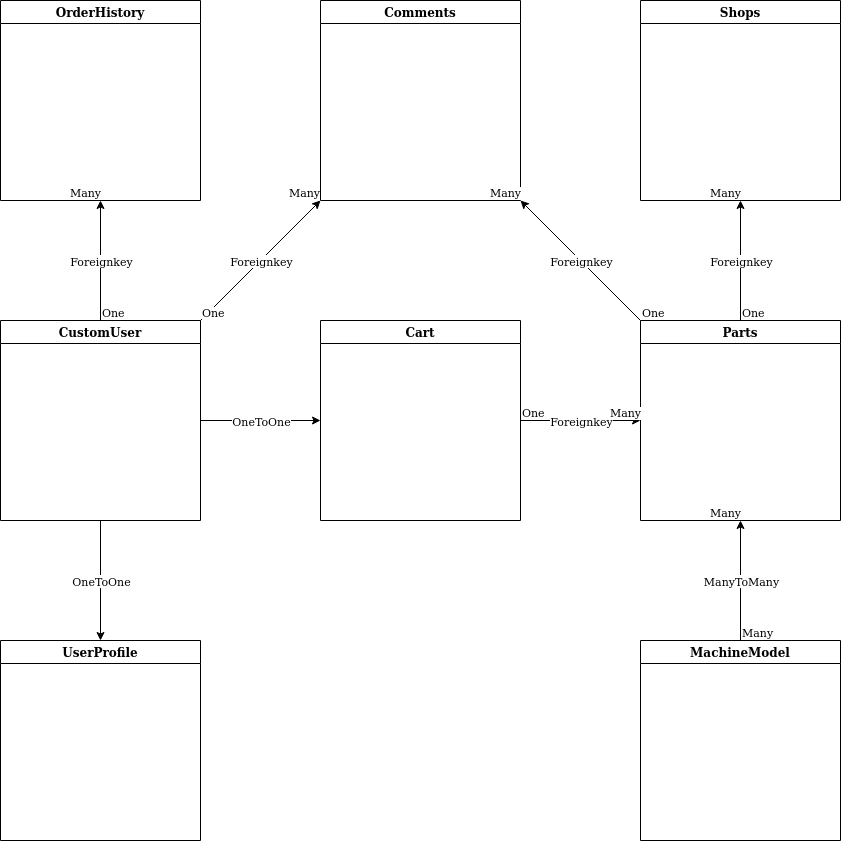
This is docs/DataBaseGraph.drawio.png from OleksandrZhydyk/PartsOnlineStore, a draw.io export, as it was before one commit. Source tidied: cells renumbered, new cells last; positions are measured from the earlier drawing's top-left corner, leaving out a move shared by most shapes.
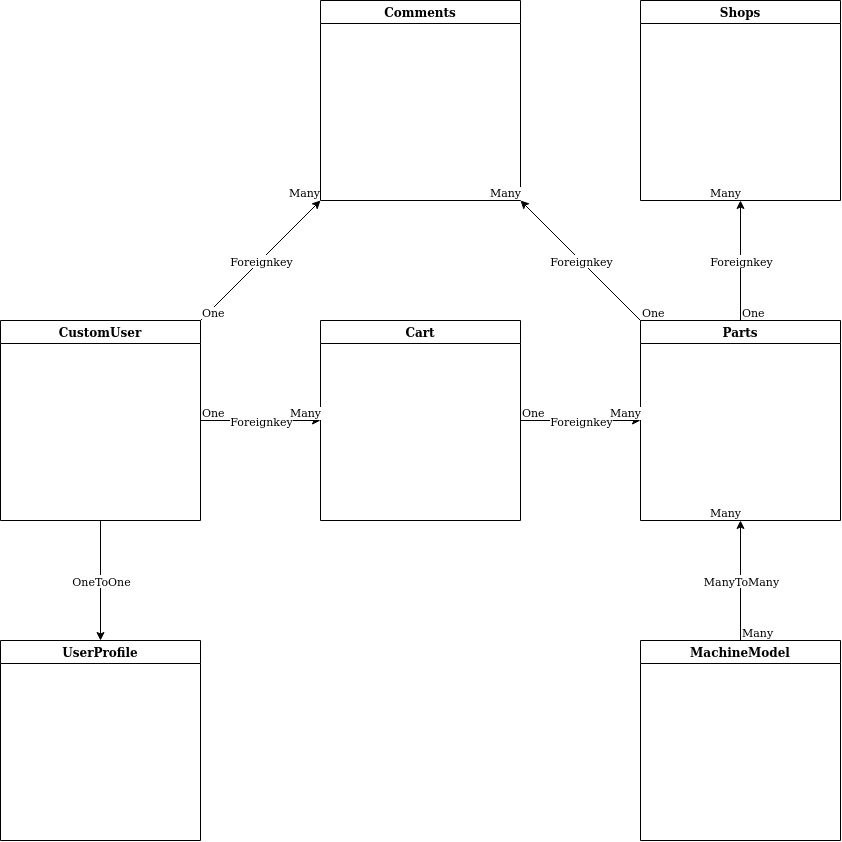
The same diagram one commit later.

Diff of the diagram source:
```diff
@@ -20,9 +20,6 @@
     <mxCell id="7" value="MachineModel" style="swimlane;" parent="1" vertex="1">
       <mxGeometry x="640" y="640" width="200" height="200" as="geometry" />
     </mxCell>
-    <mxCell id="8" value="OrderHistory" style="swimlane;" parent="1" vertex="1">
-      <mxGeometry width="200" height="200" as="geometry" />
-    </mxCell>
     <mxCell id="9" style="endArrow=classic;html=1;rounded=0;entryX=1;entryY=1;entryDx=0;entryDy=0;exitX=0;exitY=0;exitDx=0;exitDy=0;" parent="1" edge="1" source="4" target="5">
       <mxGeometry relative="1" as="geometry" />
     </mxCell>
@@ -47,7 +44,7 @@
     <mxCell id="16" value="Many" style="edgeLabel;html=1;align=right;verticalAlign=bottom;" parent="13" vertex="1">
       <mxGeometry x="1" relative="1" as="geometry" />
     </mxCell>
-    <mxCell id="17" style="endArrow=classic;html=1;rounded=0;exitX=0.5;exitY=0;exitDx=0;exitDy=0;entryX=0.5;entryY=1;entryDx=0;entryDy=0;" parent="1" edge="1" source="2" target="8">
+    <mxCell id="17" style="endArrow=classic;html=1;rounded=0;exitX=1;exitY=0.5;exitDx=0;exitDy=0;entryX=0;entryY=0.5;entryDx=0;entryDy=0;" parent="1" edge="1" source="2" target="3">
       <mxGeometry relative="1" as="geometry" />
     </mxCell>
     <mxCell id="18" value="Foreignkey" style="edgeLabel;html=1;align=center;verticalAlign=middle;" parent="17" vertex="1">
@@ -71,12 +68,6 @@
     <mxCell id="24" value="Many" style="edgeLabel;html=1;align=right;verticalAlign=bottom;" parent="21" vertex="1">
       <mxGeometry x="1" relative="1" as="geometry" />
     </mxCell>
-    <mxCell id="25" style="endArrow=classic;html=1;rounded=0;exitX=1;exitY=0.5;exitDx=0;exitDy=0;entryX=0;entryY=0.5;entryDx=0;entryDy=0;" parent="1" edge="1" source="2" target="3">
-      <mxGeometry relative="1" as="geometry" />
-    </mxCell>
-    <mxCell id="26" value="OneToOne" style="edgeLabel;html=1;align=center;verticalAlign=middle;" parent="25" vertex="1">
-      <mxGeometry relative="1" as="geometry" />
-    </mxCell>
     <mxCell id="27" style="endArrow=classic;html=1;rounded=0;entryX=0.5;entryY=1;entryDx=0;entryDy=0;exitX=0.5;exitY=0;exitDx=0;exitDy=0;" parent="1" edge="1" source="7" target="4">
       <mxGeometry relative="1" as="geometry" />
     </mxCell>
```
